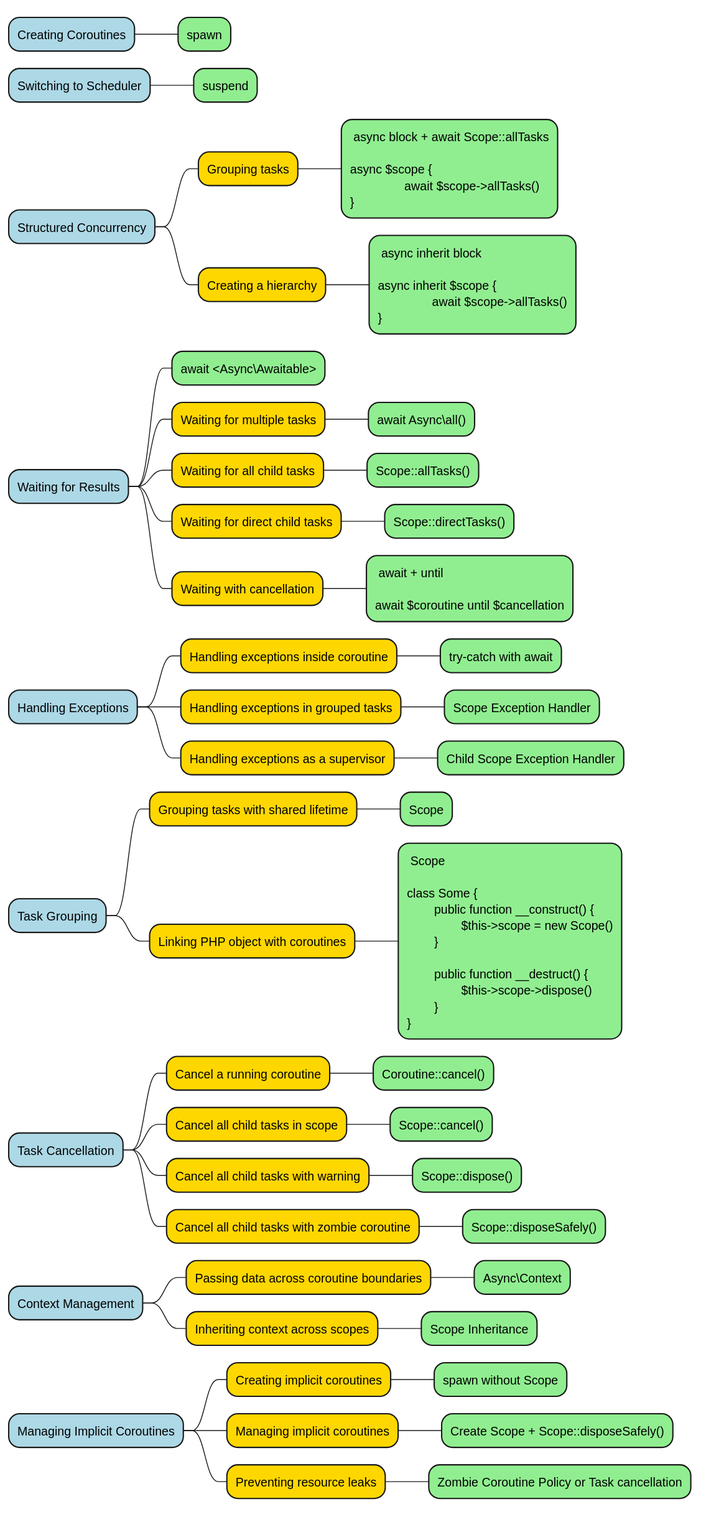
Above: diagrams/mind-map.svg in true-async/php-true-async-rfc (PlantUML), before the change.
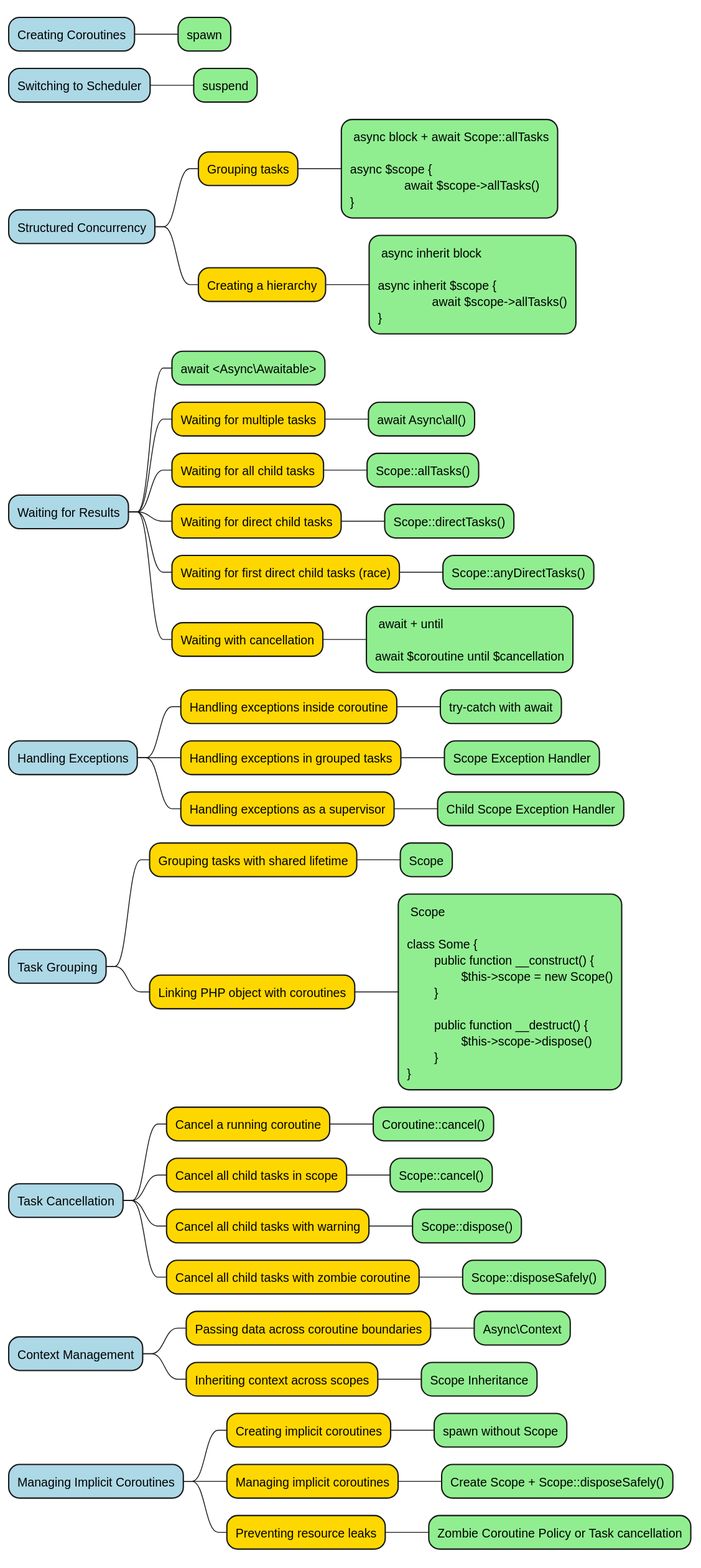
The same diagram one commit later.

Commit message:
Update mind map and decision tree: simplify race condition terminology and enhance task handling examples

Change to the diagram source:
```diff
@@ -24,6 +24,8 @@
 ***[#lightgreen] Scope::allTasks()
 **[#FFD700] Waiting for direct child tasks
 ***[#lightgreen] Scope::directTasks()
+**[#FFD700] Waiting for first direct child tasks (race)
+***[#lightgreen] Scope::anyDirectTasks()
 **[#FFD700] Waiting with cancellation
 ***[#lightgreen]: await + until
 
```
